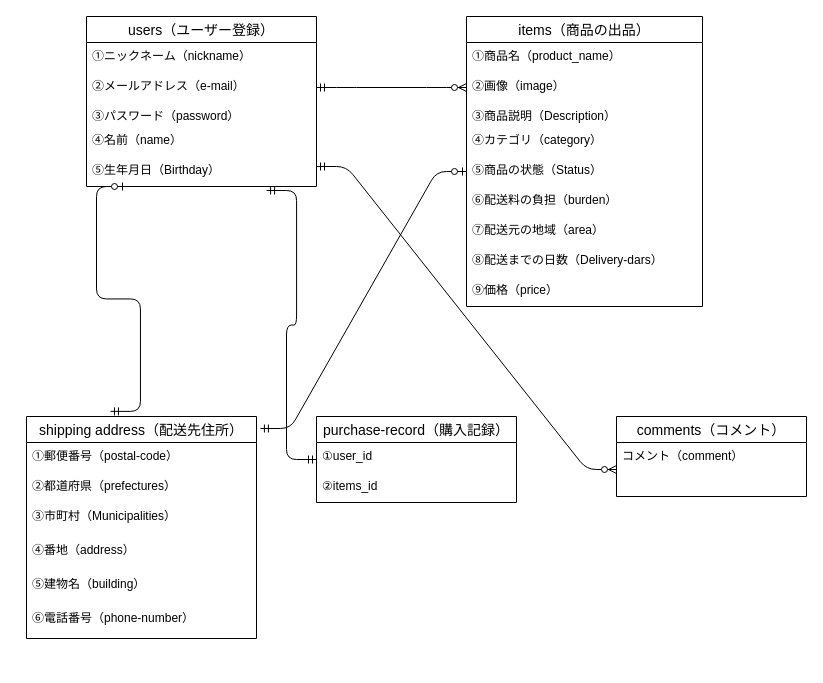
Above: test.dio in GYO002/furima-35723 (draw.io), before the change. Source tidied: cells renumbered, new cells numbered last; positions are measured from the earlier drawing's top-left corner, leaving out a move shared by most shapes. Both pictures are drawn from the tidied source at 100%, with x=0, y=0 at pixel (26, 16).
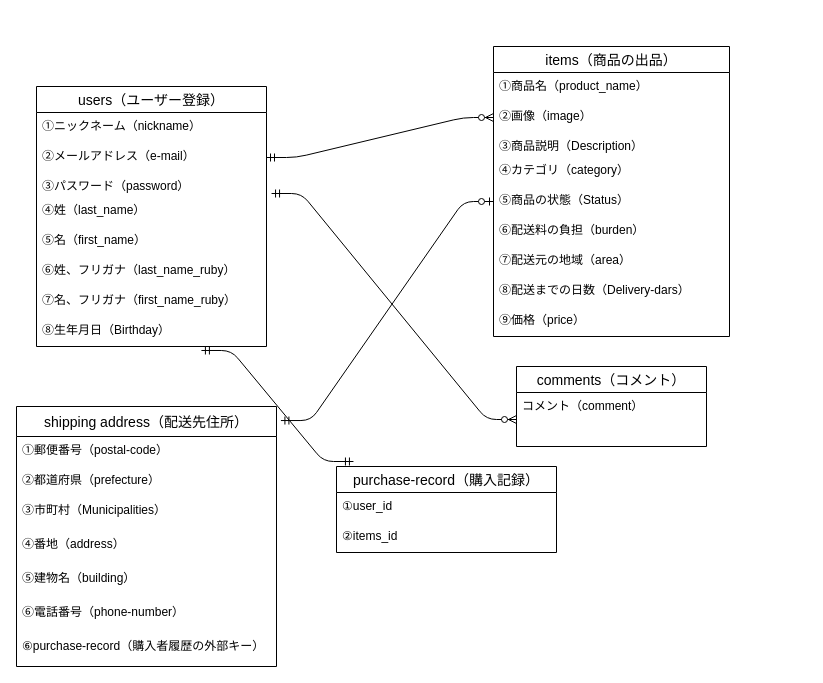
The same diagram, later.

The change refers to these unchanged cells:
```xml
<mxCell id="29" value="コメント（comment）" style="text;strokeColor=none;fillColor=none;spacingLeft=4;spacingRight=4;overflow=hidden;points=[[0,0.5],[1,0.5]];portConstraint=eastwest;fontSize=12;" parent="28" vertex="1">
  <mxGeometry y="26" width="190" height="54" as="geometry" />
</mxCell>
```

The edit, as a diff of the source:
```diff
@@
     <mxCell id="2" value="users（ユーザー登録）" style="swimlane;fontStyle=0;horizontal=1;startSize=26;align=center;fontSize=14;" parent="1" vertex="1">
-      <mxGeometry x="60" width="230" height="170" as="geometry" />
+      <mxGeometry x="10" y="70" width="230" height="260" as="geometry" />
     </mxCell>
@@
-    <mxCell id="6" value="④名前（name）" style="text;spacingLeft=4;spacingRight=4;overflow=hidden;points=[[0,0.5],[1,0.5]];portConstraint=eastwest;fontSize=12;" parent="2" vertex="1">
+    <mxCell id="6" value="④姓（last_name）" style="text;spacingLeft=4;spacingRight=4;overflow=hidden;points=[[0,0.5],[1,0.5]];portConstraint=eastwest;fontSize=12;" parent="2" vertex="1">
       <mxGeometry y="110" width="230" height="30" as="geometry" />
     </mxCell>
+    <mxCell id="35" value="⑤名（first_name）" style="text;spacingLeft=4;spacingRight=4;overflow=hidden;fontSize=12;" parent="2" vertex="1">
+      <mxGeometry y="140" width="230" height="30" as="geometry" />
+    </mxCell>
+    <mxCell id="36" value="⑥姓、フリガナ（last_name_ruby）" style="text;spacingLeft=4;spacingRight=4;overflow=hidden;fontSize=12;" parent="2" vertex="1">
+      <mxGeometry y="170" width="230" height="30" as="geometry" />
+    </mxCell>
+    <mxCell id="37" value="⑦名、フリガナ（first_name_ruby）" style="text;spacingLeft=4;spacingRight=4;overflow=hidden;fontSize=12;" parent="2" vertex="1">
+      <mxGeometry y="200" width="230" height="30" as="geometry" />
+    </mxCell>
-    <mxCell id="7" value="⑤生年月日（Birthday）" style="text;spacingLeft=4;spacingRight=4;overflow=hidden;points=[[0,0.5],[1,0.5]];portConstraint=eastwest;fontSize=12;" parent="2" vertex="1">
-      <mxGeometry y="140" width="230" height="30" as="geometry" />
+    <mxCell id="7" value="⑧生年月日（Birthday）" style="text;spacingLeft=4;spacingRight=4;overflow=hidden;points=[[0,0.5],[1,0.5]];portConstraint=eastwest;fontSize=12;" parent="2" vertex="1">
+      <mxGeometry y="230" width="230" height="30" as="geometry" />
     </mxCell>
     <mxCell id="8" value="items（商品の出品）" style="swimlane;fontStyle=0;horizontal=1;startSize=26;align=center;fontSize=14;" parent="1" vertex="1">
-      <mxGeometry x="440" width="236" height="290" as="geometry" />
+      <mxGeometry x="467" y="30" width="236" height="290" as="geometry" />
     </mxCell>
@@
-    <mxCell id="18" value="shipping address（配送先住所）" style="swimlane;fontStyle=0;horizontal=1;startSize=26;align=center;fontSize=14;" parent="1" vertex="1">
-      <mxGeometry y="400" width="230" height="222" as="geometry" />
+    <mxCell id="18" value="shipping address（配送先住所）" style="swimlane;fontStyle=0;horizontal=1;startSize=30;align=center;fontSize=14;" parent="1" vertex="1">
+      <mxGeometry x="-10" y="390" width="260" height="260" as="geometry" />
     </mxCell>
     <mxCell id="19" value="①郵便番号（postal-code）" style="text;strokeColor=none;fillColor=none;spacingLeft=4;spacingRight=4;overflow=hidden;fontSize=12;" parent="18" vertex="1">
-      <mxGeometry y="26" width="230" height="30" as="geometry" />
+      <mxGeometry y="30" width="260" height="30" as="geometry" />
     </mxCell>
-    <mxCell id="20" value="②都道府県（prefectures）" style="text;strokeColor=none;fillColor=none;spacingLeft=4;spacingRight=4;overflow=hidden;fontSize=12;" parent="18" vertex="1">
-      <mxGeometry y="56" width="230" height="30" as="geometry" />
+    <mxCell id="20" value="②都道府県（prefecture）" style="text;strokeColor=none;fillColor=none;spacingLeft=4;spacingRight=4;overflow=hidden;fontSize=12;" parent="18" vertex="1">
+      <mxGeometry y="60" width="260" height="30" as="geometry" />
     </mxCell>
     <mxCell id="21" value="③市町村（Municipalities）" style="text;strokeColor=none;fillColor=none;spacingLeft=4;spacingRight=4;overflow=hidden;fontSize=12;" parent="18" vertex="1">
-      <mxGeometry y="86" width="230" height="34" as="geometry" />
+      <mxGeometry y="90" width="260" height="34" as="geometry" />
     </mxCell>
     <mxCell id="22" value="④番地（address）" style="text;strokeColor=none;fillColor=none;spacingLeft=4;spacingRight=4;overflow=hidden;fontSize=12;" parent="18" vertex="1">
-      <mxGeometry y="120" width="230" height="34" as="geometry" />
+      <mxGeometry y="124" width="260" height="34" as="geometry" />
     </mxCell>
     <mxCell id="23" value="⑤建物名（building）" style="text;strokeColor=none;fillColor=none;spacingLeft=4;spacingRight=4;overflow=hidden;fontSize=12;" parent="18" vertex="1">
-      <mxGeometry y="154" width="230" height="34" as="geometry" />
+      <mxGeometry y="158" width="260" height="34" as="geometry" />
     </mxCell>
     <mxCell id="24" value="⑥電話番号（phone-number）" style="text;strokeColor=none;fillColor=none;spacingLeft=4;spacingRight=4;overflow=hidden;fontSize=12;" parent="18" vertex="1">
-      <mxGeometry y="188" width="230" height="34" as="geometry" />
+      <mxGeometry y="192" width="260" height="34" as="geometry" />
     </mxCell>
+    <mxCell id="38" value="⑥purchase-record（購入者履歴の外部キー）" style="text;strokeColor=none;fillColor=none;spacingLeft=4;spacingRight=4;overflow=hidden;fontSize=12;" parent="18" vertex="1">
+      <mxGeometry y="226" width="260" height="34" as="geometry" />
+    </mxCell>
     <mxCell id="25" value="purchase-record（購入記録）" style="swimlane;fontStyle=0;horizontal=1;startSize=26;align=center;fontSize=14;" parent="1" vertex="1">
-      <mxGeometry x="290" y="400" width="200" height="86" as="geometry" />
+      <mxGeometry x="310" y="450" width="220" height="86" as="geometry" />
     </mxCell>
     <mxCell id="26" value="①user_id" style="text;strokeColor=none;fillColor=none;spacingLeft=4;spacingRight=4;overflow=hidden;fontSize=12;" parent="25" vertex="1">
-      <mxGeometry y="26" width="200" height="30" as="geometry" />
+      <mxGeometry y="26" width="220" height="30" as="geometry" />
     </mxCell>
     <mxCell id="27" value="②items_id" style="text;strokeColor=none;fillColor=none;spacingLeft=4;spacingRight=4;overflow=hidden;fontSize=12;" parent="25" vertex="1">
-      <mxGeometry y="56" width="200" height="30" as="geometry" />
+      <mxGeometry y="56" width="220" height="30" as="geometry" />
     </mxCell>
     <mxCell id="28" value="comments（コメント）" style="swimlane;fontStyle=0;horizontal=1;startSize=26;align=center;fontSize=14;" parent="1" vertex="1">
-      <mxGeometry x="590" y="400" width="190" height="80" as="geometry" />
+      <mxGeometry x="490" y="350" width="190" height="80" as="geometry" />
     </mxCell>
@@
-    <mxCell id="31" style="edgeStyle=entityRelationEdgeStyle;fontSize=12;html=1;endArrow=ERzeroToMany;startArrow=ERmandOne;" parent="1" edge="1" target="29">
-      <mxGeometry relative="1" as="geometry">
-        <mxPoint x="290" y="150" as="sourcePoint" />
-      </mxGeometry>
+    <mxCell id="31" style="edgeStyle=entityRelationEdgeStyle;fontSize=12;html=1;endArrow=ERzeroToMany;startArrow=ERmandOne;exitX=1.022;exitY=-0.1;exitDx=0;exitDy=0;exitPerimeter=0;" parent="1" edge="1" source="6" target="29">
+      <mxGeometry relative="1" as="geometry" />
     </mxCell>
-    <mxCell id="32" style="edgeStyle=entityRelationEdgeStyle;fontSize=12;html=1;endArrow=ERzeroToOne;startArrow=ERmandOne;exitX=0.365;exitY=-0.023;exitDx=0;exitDy=0;exitPerimeter=0;" parent="1" edge="1" source="18">
-      <mxGeometry relative="1" as="geometry">
-        <mxPoint x="100" y="170" as="targetPoint" />
-      </mxGeometry>
-    </mxCell>
@@
-    <mxCell id="34" style="edgeStyle=entityRelationEdgeStyle;fontSize=12;html=1;endArrow=ERmandOne;startArrow=ERmandOne;entryX=0.783;entryY=1.133;entryDx=0;entryDy=0;entryPerimeter=0;" parent="1" edge="1" source="25" target="7">
+    <mxCell id="34" style="edgeStyle=entityRelationEdgeStyle;fontSize=12;html=1;endArrow=ERmandOne;startArrow=ERmandOne;entryX=0.717;entryY=1.133;entryDx=0;entryDy=0;entryPerimeter=0;exitX=0.077;exitY=-0.058;exitDx=0;exitDy=0;exitPerimeter=0;" parent="1" edge="1" source="25" target="7">
       <mxGeometry relative="1" as="geometry" />
     </mxCell>
```
